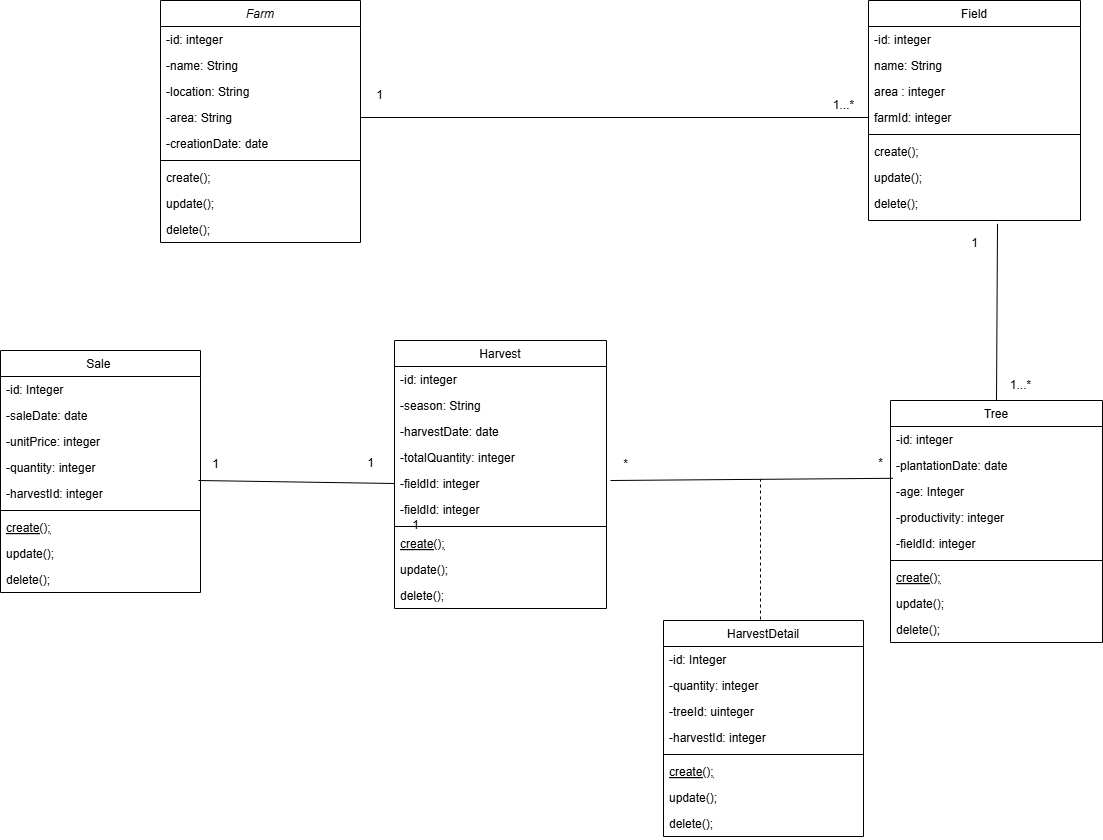
Earlier version of the draw.io export src/main/resources/static/citronix.drawio.png (sanaa-ennaji/Citronix). Source tidied: cells renumbered, new cells last; positions are measured from the earlier drawing's top-left corner, leaving out a move shared by most shapes.
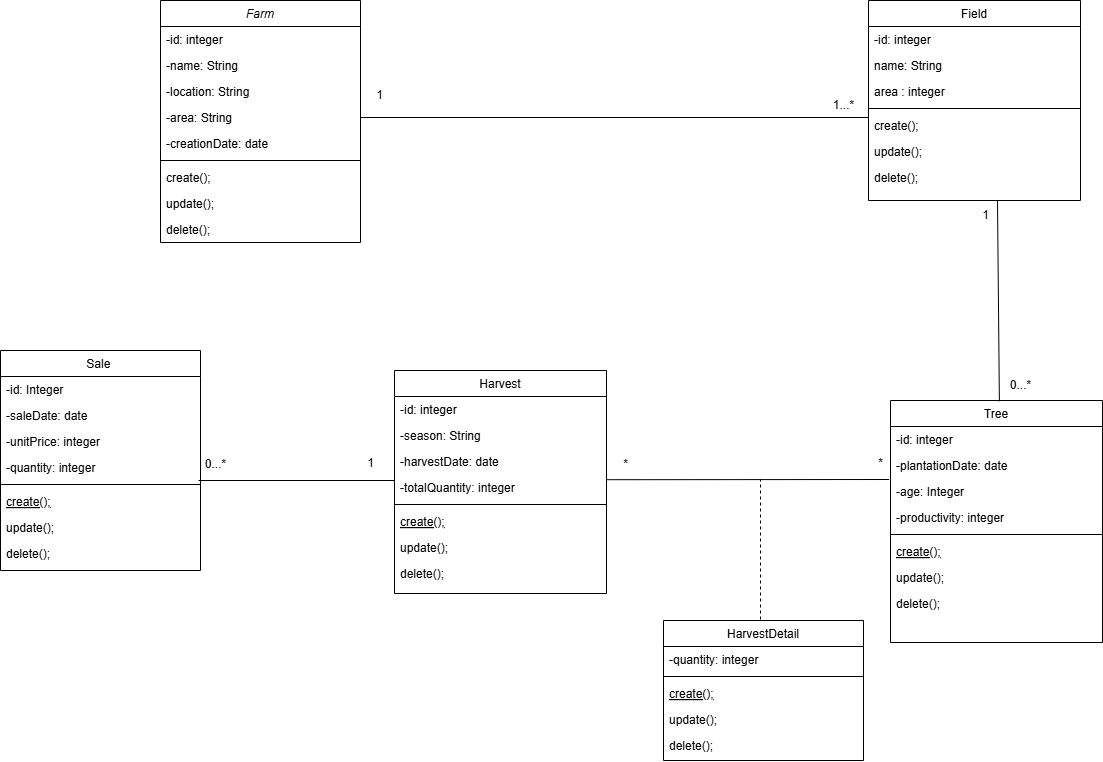
The same file after the commit.

Commit message:
update diagramme de class

What changed in the source:
```diff
@@ -47,23 +47,20 @@
     <mxCell id="16" value="-productivity: integer" style="text;align=left;verticalAlign=top;spacingLeft=4;spacingRight=4;overflow=hidden;rounded=0;shadow=0;html=0;" parent="12" vertex="1">
       <mxGeometry y="104" width="212" height="26" as="geometry" />
     </mxCell>
-    <mxCell id="17" value="-fieldId: integer" style="text;align=left;verticalAlign=top;spacingLeft=4;spacingRight=4;overflow=hidden;rounded=0;shadow=0;html=0;" parent="12" vertex="1">
-      <mxGeometry y="130" width="212" height="26" as="geometry" />
-    </mxCell>
     <mxCell id="18" style="line;html=1;strokeWidth=1;align=left;verticalAlign=middle;spacingTop=-1;spacingLeft=3;spacingRight=3;labelPosition=right;" parent="12" vertex="1">
-      <mxGeometry y="156" width="212" height="8" as="geometry" />
+      <mxGeometry y="130" width="212" height="8" as="geometry" />
     </mxCell>
     <mxCell id="19" value="create();" style="text;align=left;verticalAlign=top;spacingLeft=4;spacingRight=4;overflow=hidden;fontStyle=4;" parent="12" vertex="1">
-      <mxGeometry y="164" width="212" height="26" as="geometry" />
+      <mxGeometry y="138" width="212" height="26" as="geometry" />
     </mxCell>
     <mxCell id="20" value="update();" style="text;align=left;verticalAlign=top;spacingLeft=4;spacingRight=4;overflow=hidden;" parent="12" vertex="1">
-      <mxGeometry y="190" width="212" height="26" as="geometry" />
+      <mxGeometry y="164" width="212" height="26" as="geometry" />
     </mxCell>
     <mxCell id="21" value="delete();" style="text;align=left;verticalAlign=top;spacingLeft=4;spacingRight=4;overflow=hidden;" parent="12" vertex="1">
-      <mxGeometry y="216" width="212" height="26" as="geometry" />
+      <mxGeometry y="190" width="212" height="26" as="geometry" />
     </mxCell>
     <mxCell id="22" value="Field " style="swimlane;fontStyle=0;align=center;verticalAlign=top;horizontal=1;startSize=26;rounded=0;shadow=0;strokeWidth=1;" parent="1" vertex="1">
-      <mxGeometry x="868" width="212" height="220" as="geometry" />
+      <mxGeometry x="868" width="212" height="200" as="geometry" />
     </mxCell>
     <mxCell id="23" value="-id: integer" style="text;align=left;verticalAlign=top;spacingLeft=4;spacingRight=4;overflow=hidden;" parent="22" vertex="1">
       <mxGeometry y="26" width="212" height="26" as="geometry" />
@@ -74,50 +71,38 @@
     <mxCell id="25" value="area : integer" style="text;align=left;verticalAlign=top;spacingLeft=4;spacingRight=4;overflow=hidden;rounded=0;shadow=0;html=0;" parent="22" vertex="1">
       <mxGeometry y="78" width="212" height="26" as="geometry" />
     </mxCell>
-    <mxCell id="26" value="farmId: integer" style="text;align=left;verticalAlign=top;spacingLeft=4;spacingRight=4;overflow=hidden;points=[[0,0.5],[1,0.5]];portConstraint=eastwest;rounded=0;shadow=0;html=0;" parent="22" vertex="1">
-      <mxGeometry y="104" width="212" height="26" as="geometry" />
-    </mxCell>
     <mxCell id="27" style="line;html=1;strokeWidth=1;align=left;verticalAlign=middle;spacingTop=-1;spacingLeft=3;spacingRight=3;labelPosition=right;" parent="22" vertex="1">
-      <mxGeometry y="130" width="212" height="8" as="geometry" />
+      <mxGeometry y="104" width="212" height="8" as="geometry" />
     </mxCell>
     <mxCell id="28" value="create();" style="text;align=left;verticalAlign=top;spacingLeft=4;spacingRight=4;overflow=hidden;" parent="22" vertex="1">
-      <mxGeometry y="138" width="212" height="26" as="geometry" />
+      <mxGeometry y="112" width="212" height="26" as="geometry" />
     </mxCell>
     <mxCell id="29" value="update();" style="text;align=left;verticalAlign=top;spacingLeft=4;spacingRight=4;overflow=hidden;" parent="22" vertex="1">
-      <mxGeometry y="164" width="212" height="26" as="geometry" />
+      <mxGeometry y="138" width="212" height="26" as="geometry" />
     </mxCell>
     <mxCell id="30" value="delete();" style="text;align=left;verticalAlign=top;spacingLeft=4;spacingRight=4;overflow=hidden;" parent="22" vertex="1">
-      <mxGeometry y="190" width="212" height="26" as="geometry" />
+      <mxGeometry y="164" width="212" height="26" as="geometry" />
     </mxCell>
     <mxCell id="31" value="HarvestDetail" style="swimlane;fontStyle=0;align=center;verticalAlign=top;horizontal=1;startSize=26;rounded=0;shadow=0;strokeWidth=1;" parent="1" vertex="1">
-      <mxGeometry x="663" y="620" width="200" height="216" as="geometry" />
+      <mxGeometry x="663" y="620" width="200" height="140" as="geometry" />
     </mxCell>
-    <mxCell id="32" value="-id: Integer" style="text;align=left;verticalAlign=top;spacingLeft=4;spacingRight=4;overflow=hidden;" parent="31" vertex="1">
-      <mxGeometry y="26" width="200" height="26" as="geometry" />
-    </mxCell>
     <mxCell id="33" value="-quantity: integer" style="text;align=left;verticalAlign=top;spacingLeft=4;spacingRight=4;overflow=hidden;rounded=0;shadow=0;html=0;" parent="31" vertex="1">
-      <mxGeometry y="52" width="200" height="26" as="geometry" />
+      <mxGeometry y="26" width="200" height="26" as="geometry" />
     </mxCell>
-    <mxCell id="34" value="-treeId: uinteger" style="text;align=left;verticalAlign=top;spacingLeft=4;spacingRight=4;overflow=hidden;rounded=0;shadow=0;html=0;" parent="31" vertex="1">
-      <mxGeometry y="78" width="200" height="26" as="geometry" />
-    </mxCell>
-    <mxCell id="35" value="-harvestId: integer" style="text;align=left;verticalAlign=top;spacingLeft=4;spacingRight=4;overflow=hidden;rounded=0;shadow=0;html=0;" parent="31" vertex="1">
-      <mxGeometry y="104" width="200" height="26" as="geometry" />
-    </mxCell>
     <mxCell id="36" style="line;html=1;strokeWidth=1;align=left;verticalAlign=middle;spacingTop=-1;spacingLeft=3;spacingRight=3;labelPosition=right;" parent="31" vertex="1">
-      <mxGeometry y="130" width="200" height="8" as="geometry" />
+      <mxGeometry y="52" width="200" height="8" as="geometry" />
     </mxCell>
     <mxCell id="37" value="create();" style="text;align=left;verticalAlign=top;spacingLeft=4;spacingRight=4;overflow=hidden;fontStyle=4;" parent="31" vertex="1">
-      <mxGeometry y="138" width="200" height="26" as="geometry" />
+      <mxGeometry y="60" width="200" height="26" as="geometry" />
     </mxCell>
     <mxCell id="38" value="update();" style="text;align=left;verticalAlign=top;spacingLeft=4;spacingRight=4;overflow=hidden;" parent="31" vertex="1">
-      <mxGeometry y="164" width="200" height="26" as="geometry" />
+      <mxGeometry y="86" width="200" height="26" as="geometry" />
     </mxCell>
     <mxCell id="39" value="delete();" style="text;align=left;verticalAlign=top;spacingLeft=4;spacingRight=4;overflow=hidden;" parent="31" vertex="1">
-      <mxGeometry y="190" width="200" height="26" as="geometry" />
+      <mxGeometry y="112" width="200" height="26" as="geometry" />
     </mxCell>
     <mxCell id="40" value="Harvest" style="swimlane;fontStyle=0;align=center;verticalAlign=top;horizontal=1;startSize=26;rounded=0;shadow=0;strokeWidth=1;" parent="1" vertex="1">
-      <mxGeometry x="394" y="340" width="212" height="268" as="geometry" />
+      <mxGeometry x="394" y="370" width="212" height="223" as="geometry" />
     </mxCell>
     <mxCell id="41" value="-id: integer" style="text;align=left;verticalAlign=top;spacingLeft=4;spacingRight=4;overflow=hidden;" parent="40" vertex="1">
       <mxGeometry y="26" width="212" height="26" as="geometry" />
@@ -131,26 +116,20 @@
     <mxCell id="44" value="-totalQuantity: integer" style="text;align=left;verticalAlign=top;spacingLeft=4;spacingRight=4;overflow=hidden;rounded=0;shadow=0;html=0;" parent="40" vertex="1">
       <mxGeometry y="104" width="212" height="26" as="geometry" />
     </mxCell>
-    <mxCell id="45" value="-fieldId: integer" style="text;align=left;verticalAlign=top;spacingLeft=4;spacingRight=4;overflow=hidden;points=[[0,0.5],[1,0.5]];portConstraint=eastwest;rounded=0;shadow=0;html=0;" parent="40" vertex="1">
-      <mxGeometry y="130" width="212" height="26" as="geometry" />
-    </mxCell>
-    <mxCell id="46" value="-fieldId: integer" style="text;align=left;verticalAlign=top;spacingLeft=4;spacingRight=4;overflow=hidden;rounded=0;shadow=0;html=0;" parent="40" vertex="1">
-      <mxGeometry y="156" width="212" height="26" as="geometry" />
-    </mxCell>
     <mxCell id="47" style="line;html=1;strokeWidth=1;align=left;verticalAlign=middle;spacingTop=-1;spacingLeft=3;spacingRight=3;labelPosition=right;" parent="40" vertex="1">
-      <mxGeometry y="182" width="212" height="8" as="geometry" />
+      <mxGeometry y="130" width="212" height="8" as="geometry" />
     </mxCell>
     <mxCell id="48" value="create();" style="text;align=left;verticalAlign=top;spacingLeft=4;spacingRight=4;overflow=hidden;fontStyle=4;" parent="40" vertex="1">
-      <mxGeometry y="190" width="212" height="26" as="geometry" />
+      <mxGeometry y="138" width="212" height="26" as="geometry" />
     </mxCell>
     <mxCell id="49" value="update();" style="text;align=left;verticalAlign=top;spacingLeft=4;spacingRight=4;overflow=hidden;" parent="40" vertex="1">
-      <mxGeometry y="216" width="212" height="26" as="geometry" />
+      <mxGeometry y="164" width="212" height="26" as="geometry" />
     </mxCell>
     <mxCell id="50" value="delete();" style="text;align=left;verticalAlign=top;spacingLeft=4;spacingRight=4;overflow=hidden;" parent="40" vertex="1">
-      <mxGeometry y="242" width="212" height="26" as="geometry" />
+      <mxGeometry y="190" width="212" height="26" as="geometry" />
     </mxCell>
     <mxCell id="51" value="Sale " style="swimlane;fontStyle=0;align=center;verticalAlign=top;horizontal=1;startSize=26;rounded=0;shadow=0;strokeWidth=1;" parent="1" vertex="1">
-      <mxGeometry y="350" width="200" height="242" as="geometry" />
+      <mxGeometry y="350" width="200" height="220" as="geometry" />
     </mxCell>
     <mxCell id="52" value="-id: Integer" style="text;align=left;verticalAlign=top;spacingLeft=4;spacingRight=4;overflow=hidden;" parent="51" vertex="1">
       <mxGeometry y="26" width="200" height="26" as="geometry" />
@@ -164,23 +143,22 @@
     <mxCell id="55" value="-quantity: integer" style="text;align=left;verticalAlign=top;spacingLeft=4;spacingRight=4;overflow=hidden;rounded=0;shadow=0;html=0;" parent="51" vertex="1">
       <mxGeometry y="104" width="200" height="26" as="geometry" />
     </mxCell>
-    <mxCell id="56" value="-harvestId: integer" style="text;align=left;verticalAlign=top;spacingLeft=4;spacingRight=4;overflow=hidden;rounded=0;shadow=0;html=0;" parent="51" vertex="1">
-      <mxGeometry y="130" width="200" height="26" as="geometry" />
-    </mxCell>
     <mxCell id="57" style="line;html=1;strokeWidth=1;align=left;verticalAlign=middle;spacingTop=-1;spacingLeft=3;spacingRight=3;labelPosition=right;" parent="51" vertex="1">
-      <mxGeometry y="156" width="200" height="8" as="geometry" />
+      <mxGeometry y="130" width="200" height="8" as="geometry" />
     </mxCell>
     <mxCell id="58" value="create();" style="text;align=left;verticalAlign=top;spacingLeft=4;spacingRight=4;overflow=hidden;fontStyle=4;" parent="51" vertex="1">
-      <mxGeometry y="164" width="200" height="26" as="geometry" />
+      <mxGeometry y="138" width="200" height="26" as="geometry" />
     </mxCell>
     <mxCell id="59" value="update();" style="text;align=left;verticalAlign=top;spacingLeft=4;spacingRight=4;overflow=hidden;" parent="51" vertex="1">
-      <mxGeometry y="190" width="200" height="26" as="geometry" />
+      <mxGeometry y="164" width="200" height="26" as="geometry" />
     </mxCell>
     <mxCell id="60" value="delete();" style="text;align=left;verticalAlign=top;spacingLeft=4;spacingRight=4;overflow=hidden;" parent="51" vertex="1">
-      <mxGeometry y="216" width="200" height="26" as="geometry" />
+      <mxGeometry y="190" width="200" height="26" as="geometry" />
     </mxCell>
-    <mxCell id="61" style="endArrow=none;html=1;rounded=0;exitX=1;exitY=0.5;exitDx=0;exitDy=0;entryX=0;entryY=0.5;entryDx=0;entryDy=0;" parent="1" edge="1" source="6" target="26">
-      <mxGeometry relative="1" as="geometry" />
+    <mxCell id="61" style="endArrow=none;html=1;rounded=0;exitX=1;exitY=0.5;exitDx=0;exitDy=0;entryX=0;entryY=0.5;entryDx=0;entryDy=0;" parent="1" edge="1" source="6">
+      <mxGeometry relative="1" as="geometry">
+        <mxPoint x="868" y="117" as="targetPoint" />
+      </mxGeometry>
     </mxCell>
     <mxCell id="62" value="1" style="text;html=1;align=center;verticalAlign=middle;strokeColor=none;fillColor=none;" parent="1" vertex="1">
       <mxGeometry x="364" y="80" width="30" height="30" as="geometry" />
@@ -188,22 +166,25 @@
     <mxCell id="63" value="1...*" style="text;html=1;align=center;verticalAlign=middle;strokeColor=none;fillColor=none;" parent="1" vertex="1">
       <mxGeometry x="823" y="90" width="40" height="30" as="geometry" />
     </mxCell>
-    <mxCell id="64" style="endArrow=none;html=1;rounded=0;exitX=0.5;exitY=0;exitDx=0;exitDy=0;entryX=1.267;entryY=-0.156;entryDx=0;entryDy=0;entryPerimeter=0;" parent="1" edge="1" source="12" target="68">
-      <mxGeometry relative="1" as="geometry" />
+    <mxCell id="64" style="endArrow=none;html=1;rounded=0;exitX=-0.028;exitY=1.025;exitDx=0;exitDy=0;exitPerimeter=0;" parent="1" edge="1" source="66">
+      <mxGeometry relative="1" as="geometry">
+        <mxPoint x="997" y="200" as="targetPoint" />
+      </mxGeometry>
     </mxCell>
     <mxCell id="65" value="*" style="text;html=1;align=center;verticalAlign=middle;strokeColor=none;fillColor=none;" parent="1" vertex="1">
       <mxGeometry x="610" y="449" width="30" height="30" as="geometry" />
     </mxCell>
-    <mxCell id="66" value="1...*" style="text;html=1;align=center;verticalAlign=middle;points=[];strokeColor=none;fillColor=none;" parent="1" vertex="1">
+    <mxCell id="66" value="0...*" style="text;html=1;align=center;verticalAlign=middle;points=[];strokeColor=none;fillColor=none;" parent="1" vertex="1">
       <mxGeometry x="1000" y="370" width="40" height="30" as="geometry" />
     </mxCell>
-    <mxCell id="67" style="endArrow=none;html=1;rounded=0;entryX=0.012;entryY=-0.008;entryDx=0;entryDy=0;entryPerimeter=0;" parent="1" edge="1" target="15">
+    <mxCell id="67" style="endArrow=none;html=1;rounded=0;entryX=0.012;entryY=-0.008;entryDx=0;entryDy=0;entryPerimeter=0;" parent="1" edge="1">
       <mxGeometry relative="1" as="geometry">
-        <mxPoint x="610" y="480" as="sourcePoint" />
+        <mxPoint x="606" y="479.2" as="sourcePoint" />
+        <mxPoint x="888.5" y="479" as="targetPoint" />
       </mxGeometry>
     </mxCell>
     <mxCell id="68" value="1" style="text;html=1;align=center;verticalAlign=middle;points=[];strokeColor=none;fillColor=none;" parent="1" vertex="1">
-      <mxGeometry x="959" y="228" width="30" height="30" as="geometry" />
+      <mxGeometry x="970" y="200" width="30" height="30" as="geometry" />
     </mxCell>
     <mxCell id="69" style="endArrow=none;dashed=1;html=1;rounded=0;" parent="1" edge="1">
       <mxGeometry relative="1" as="geometry">
@@ -211,17 +192,15 @@
         <mxPoint x="760" y="479" as="targetPoint" />
       </mxGeometry>
     </mxCell>
-    <mxCell id="70" style="endArrow=none;html=1;rounded=0;exitX=0;exitY=0.5;exitDx=0;exitDy=0;" parent="1" edge="1" source="45">
+    <mxCell id="70" style="endArrow=none;html=1;rounded=0;exitX=0;exitY=0.5;exitDx=0;exitDy=0;" parent="1" edge="1">
       <mxGeometry relative="1" as="geometry">
+        <mxPoint x="394" y="480" as="sourcePoint" />
         <mxPoint x="198" y="480" as="targetPoint" />
       </mxGeometry>
     </mxCell>
-    <mxCell id="71" value="1" style="text;html=1;align=center;verticalAlign=middle;strokeColor=none;fillColor=none;" parent="1" vertex="1">
-      <mxGeometry x="200" y="449" width="30" height="30" as="geometry" />
+    <mxCell id="71" value="0...*" style="text;html=1;align=center;verticalAlign=middle;strokeColor=none;fillColor=none;" parent="1" vertex="1">
+      <mxGeometry x="195" y="449" width="40" height="30" as="geometry" />
     </mxCell>
-    <mxCell id="72" value="1" style="text;html=1;align=center;verticalAlign=middle;strokeColor=none;fillColor=none;" parent="1" vertex="1">
-      <mxGeometry x="400" y="510" width="30" height="30" as="geometry" />
-    </mxCell>
     <mxCell id="73" value="1" style="text;html=1;align=center;verticalAlign=middle;strokeColor=none;fillColor=none;" parent="1" vertex="1">
       <mxGeometry x="355" y="448" width="30" height="30" as="geometry" />
     </mxCell>
```
